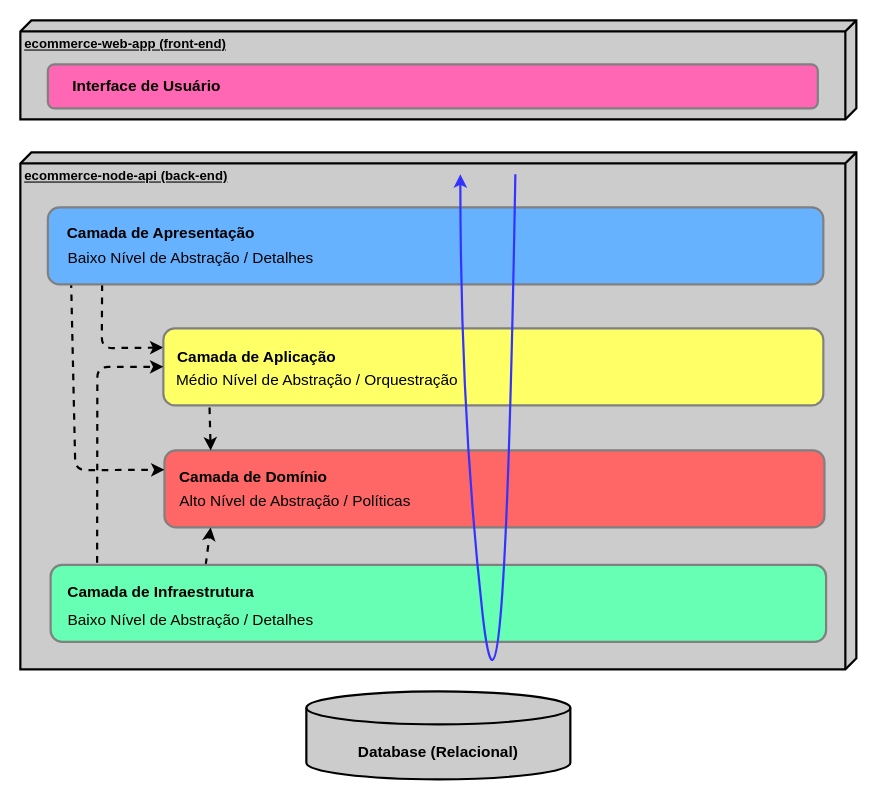
Earlier version of the draw.io diagram page "Arquitetura em Camadas" (1 of 2) of requirements/ecommerce-arquitetura.drawio (SliverNV/ecommerce-node-ap). Source tidied: cells renumbered, new cells numbered last; positions are measured from the earlier drawing's top-left corner, leaving out a move shared by most shapes. Both pictures are drawn from the tidied source at 110%, with x=0, y=0 at pixel (20, 20).
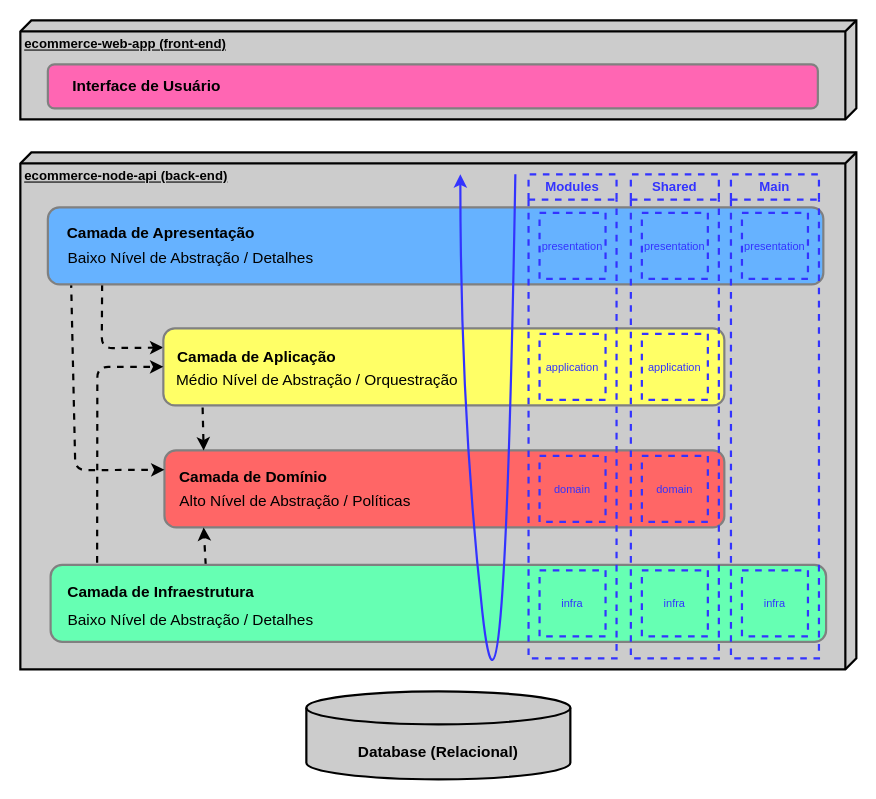
Above is the later version.

What changed in the source:
```diff
@@
     <mxCell id="7" style="rounded=1;whiteSpace=wrap;html=1;strokeWidth=2;fontSize=14;fontColor=#000000;fillColor=#FF6666;strokeColor=#808080;points=[[0,0,0,0,0],[0,0.24,0,0,0],[0,0.5,0,0,0],[0,0.76,0,0,0],[0,1,0,0,0],[0.07,0,0,0,0],[0.07,1,0,0,0],[0.5,0,0,0,0],[0.5,1,0,0,0],[0.75,0,0,0,0],[0.75,1,0,0,0],[1,0,0,0,0],[1,0.26,0,0,0],[1,0.5,0,0,0],[1,0.76,0,0,0],[1,1,0,0,0]];" parent="1" vertex="1">
-      <mxGeometry x="131" y="391" width="600" height="70" as="geometry" />
+      <mxGeometry x="131" y="391" width="509" height="70" as="geometry" />
     </mxCell>
@@
     <mxCell id="16" style="rounded=1;whiteSpace=wrap;html=1;strokeWidth=2;fontSize=14;fontColor=#000000;fillColor=#FFFF66;strokeColor=#808080;points=[[0,0,0,0,0],[0,0.24,0,0,0],[0,0.5,0,0,0],[0,0.76,0,0,0],[0,1,0,0,0],[0.07,1,0,0,2],[0.25,0,0,0,0],[0.5,0,0,0,0],[0.5,1,0,0,0],[0.75,0,0,0,0],[0.75,1,0,0,0],[1,0,0,0,0],[1,0.26,0,0,0],[1,0.5,0,0,0],[1,0.76,0,0,0],[1,1,0,0,0]];" parent="1" vertex="1">
-      <mxGeometry x="130" y="280" width="600" height="70" as="geometry" />
+      <mxGeometry x="130" y="280" width="510" height="70" as="geometry" />
     </mxCell>
@@
+    <mxCell id="27" value="Modules" style="swimlane;whiteSpace=wrap;html=1;startSize=23;fillColor=none;fontColor=#3333FF;strokeColor=#3333FF;dashed=1;strokeWidth=2;" parent="1" vertex="1">
+      <mxGeometry x="462" y="140" width="80" height="440" as="geometry" />
+    </mxCell>
+    <mxCell id="28" value="domain" style="rounded=0;whiteSpace=wrap;html=1;dashed=1;strokeColor=#3333FF;strokeWidth=2;fontColor=#3333FF;fillColor=none;fontSize=10;" parent="27" vertex="1">
+      <mxGeometry x="10" y="256" width="60" height="60" as="geometry" />
+    </mxCell>
+    <mxCell id="29" value="application" style="rounded=0;whiteSpace=wrap;html=1;dashed=1;strokeColor=#3333FF;strokeWidth=2;fontColor=#3333FF;fillColor=none;fontSize=10;" parent="27" vertex="1">
+      <mxGeometry x="10" y="145" width="60" height="60" as="geometry" />
+    </mxCell>
+    <mxCell id="30" value="presentation" style="rounded=0;whiteSpace=wrap;html=1;dashed=1;strokeColor=#3333FF;strokeWidth=2;fontColor=#3333FF;fillColor=none;fontSize=10;" parent="27" vertex="1">
+      <mxGeometry x="10" y="35" width="60" height="60" as="geometry" />
+    </mxCell>
+    <mxCell id="31" value="infra" style="rounded=0;whiteSpace=wrap;html=1;dashed=1;strokeColor=#3333FF;strokeWidth=2;fontColor=#3333FF;fillColor=none;fontSize=10;" parent="27" vertex="1">
+      <mxGeometry x="10" y="360" width="60" height="60" as="geometry" />
+    </mxCell>
+    <mxCell id="32" value="Shared" style="swimlane;whiteSpace=wrap;html=1;startSize=23;fillColor=none;fontColor=#3333FF;strokeColor=#3333FF;dashed=1;strokeWidth=2;" parent="1" vertex="1">
+      <mxGeometry x="555" y="140" width="80" height="440" as="geometry" />
+    </mxCell>
+    <mxCell id="33" value="domain" style="rounded=0;whiteSpace=wrap;html=1;dashed=1;strokeColor=#3333FF;strokeWidth=2;fontColor=#3333FF;fillColor=none;fontSize=10;" parent="32" vertex="1">
+      <mxGeometry x="10" y="256" width="60" height="60" as="geometry" />
+    </mxCell>
+    <mxCell id="34" value="application" style="rounded=0;whiteSpace=wrap;html=1;dashed=1;strokeColor=#3333FF;strokeWidth=2;fontColor=#3333FF;fillColor=none;fontSize=10;" parent="32" vertex="1">
+      <mxGeometry x="10" y="145" width="60" height="60" as="geometry" />
+    </mxCell>
+    <mxCell id="35" value="presentation" style="rounded=0;whiteSpace=wrap;html=1;dashed=1;strokeColor=#3333FF;strokeWidth=2;fontColor=#3333FF;fillColor=none;fontSize=10;" parent="32" vertex="1">
+      <mxGeometry x="10" y="35" width="60" height="60" as="geometry" />
+    </mxCell>
+    <mxCell id="36" value="infra" style="rounded=0;whiteSpace=wrap;html=1;dashed=1;strokeColor=#3333FF;strokeWidth=2;fontColor=#3333FF;fillColor=none;fontSize=10;" parent="32" vertex="1">
+      <mxGeometry x="10" y="360" width="60" height="60" as="geometry" />
+    </mxCell>
+    <mxCell id="37" value="Main" style="swimlane;whiteSpace=wrap;html=1;startSize=23;fillColor=none;fontColor=#3333FF;strokeColor=#3333FF;dashed=1;strokeWidth=2;" parent="1" vertex="1">
+      <mxGeometry x="646" y="140" width="80" height="440" as="geometry" />
+    </mxCell>
+    <mxCell id="38" value="presentation" style="rounded=0;whiteSpace=wrap;html=1;dashed=1;strokeColor=#3333FF;strokeWidth=2;fontColor=#3333FF;fillColor=none;fontSize=10;" parent="37" vertex="1">
+      <mxGeometry x="10" y="35" width="60" height="60" as="geometry" />
+    </mxCell>
+    <mxCell id="39" value="infra" style="rounded=0;whiteSpace=wrap;html=1;dashed=1;strokeColor=#3333FF;strokeWidth=2;fontColor=#3333FF;fillColor=none;fontSize=10;" parent="37" vertex="1">
+      <mxGeometry x="10" y="360" width="60" height="60" as="geometry" />
+    </mxCell>
```
